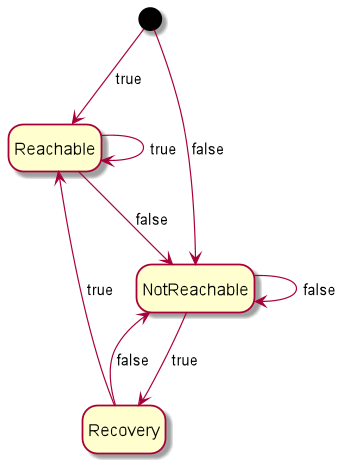
Above: docs/server_connection_uml.png in vocaltech/server-connection-fsm-java (PlantUML), before the change.
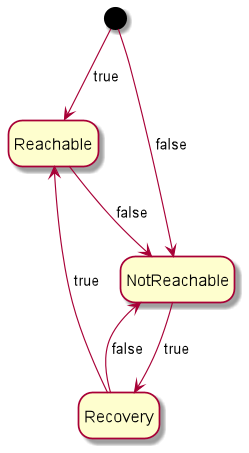
Above is the later version.

Change to the diagram source:
```diff
@@ -1,15 +1,13 @@
 @startuml
 
-scale 350 width
+scale 250 width
 hide empty description
 
 [*] --> Reachable : true
 [*] --> NotReachable : false
 
 Reachable --> NotReachable : false
-Reachable --> Reachable : true
 NotReachable --> Recovery : true
-NotReachable --> NotReachable : false
 Recovery --> Reachable : true
 Recovery --> NotReachable : false
 
```
